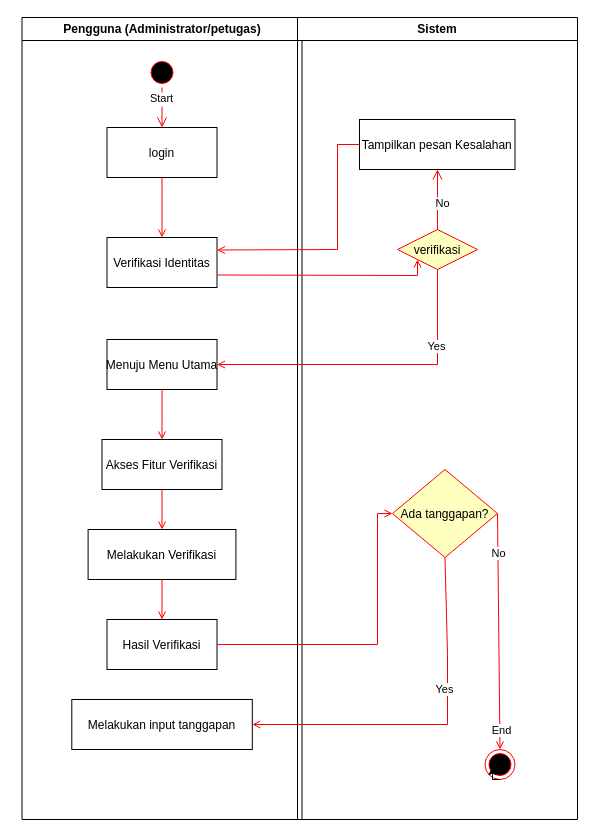
The draw.io diagram Untitled Diagram.drawio in Mahklvk/laporanMasyarakatPreparation, before the edit. Source tidied: cells renumbered, new cells numbered last; positions are measured from the earlier drawing's top-left corner, leaving out a move shared by most shapes. Both pictures are drawn from the tidied source at 100%, with x=0, y=0 at pixel (21, 17).
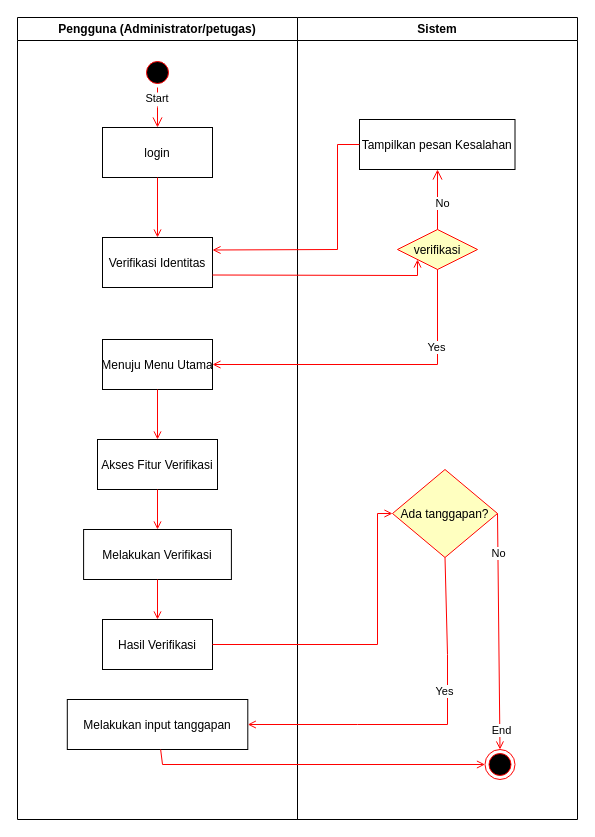
The same page after the edit.

Unchanged cells that the change refers to:
```xml
<mxCell id="15" value="Melakukan input tanggapan" parent="2" vertex="1">
  <mxGeometry x="49.8" y="682" width="180.5" height="50" as="geometry" />
</mxCell>
<mxCell id="16" value="Sistem" style="swimlane;whiteSpace=wrap;" parent="1" vertex="1">
  <mxGeometry x="276" width="280" height="802" as="geometry" />
</mxCell>
<mxCell id="17" style="ellipse;shape=endState;fillColor=#000000;strokeColor=#ff0000;" parent="16" vertex="1">
  <mxGeometry x="187.5" y="732" width="30" height="30" as="geometry" />
</mxCell>
```

Diff of the diagram source:
```diff
@@
     <mxCell id="2" value="Pengguna (Administrator/petugas)" style="swimlane;whiteSpace=wrap;" parent="1" vertex="1">
-      <mxGeometry x="0.5" width="280" height="802" as="geometry" />
+      <mxGeometry x="-4" width="280" height="802" as="geometry" />
     </mxCell>
@@
-    <mxCell id="26" style="edgeStyle=orthogonalEdgeStyle;rounded=0;orthogonalLoop=1;jettySize=auto;html=1;exitX=0.5;exitY=1;exitDx=0;exitDy=0;entryX=0.25;entryY=0.567;entryDx=0;entryDy=0;entryPerimeter=0;" parent="16" edge="1" source="17" target="17">
-      <mxGeometry relative="1" as="geometry" />
-    </mxCell>
@@
+    <mxCell id="34" style="endArrow=open;strokeColor=#FF0000;endFill=1;rounded=0;entryX=0;entryY=0.5;entryDx=0;entryDy=0;" parent="1" edge="1" source="15" target="17">
+      <mxGeometry relative="1" as="geometry">
+        <Array as="points">
+          <mxPoint x="141" y="747" />
+        </Array>
+      </mxGeometry>
+    </mxCell>
```
